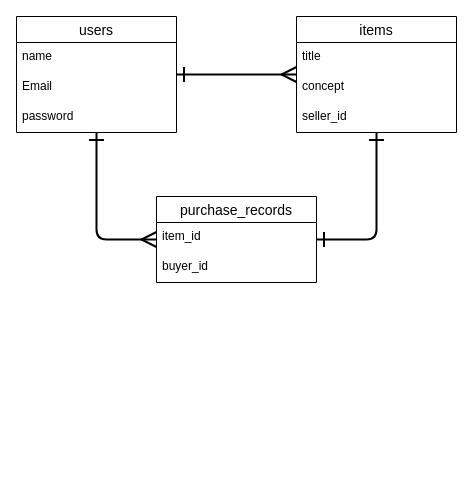
The draw.io diagram table.dio in takuro-miyaguchi/furima-38300, before the edit. Source tidied: cells renumbered, new cells numbered last; positions are measured from the earlier drawing's top-left corner, leaving out a move shared by most shapes. Both pictures are drawn from the tidied source at 100%, with x=0, y=0 at pixel (16, 16).
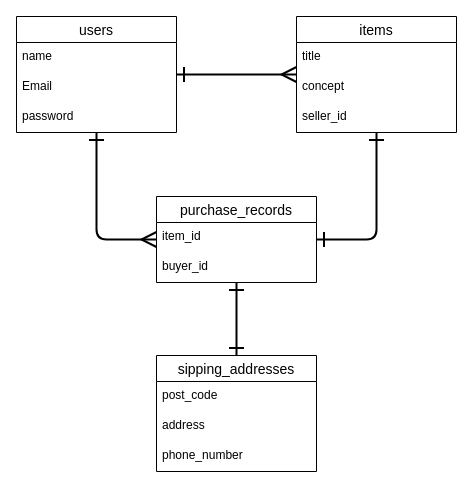
After the change.

Commit message (it also covers changes not shown here):
Issue3_DB設計2

Unchanged cells that the change refers to:
```xml
<mxCell id="11" value="purchase_records" style="swimlane;fontStyle=0;horizontal=1;startSize=26;align=center;fontSize=14;" parent="1" vertex="1">
  <mxGeometry x="140" y="180" width="160" height="86" as="geometry" />
</mxCell>
```

Change to the diagram source:
```diff
@@
+    <mxCell id="16" style="edgeStyle=none;html=1;startArrow=ERone;startFill=0;endArrow=ERone;endFill=0;startSize=12;endSize=12;targetPerimeterSpacing=0;strokeWidth=2;" parent="1" edge="1" source="17" target="11">
+      <mxGeometry relative="1" as="geometry" />
+    </mxCell>
+    <mxCell id="17" value="sipping_addresses" style="swimlane;fontStyle=0;horizontal=1;startSize=26;align=center;fontSize=14;" parent="1" vertex="1">
+      <mxGeometry x="140" y="339" width="160" height="116" as="geometry" />
+    </mxCell>
+    <mxCell id="18" value="post_code" style="text;strokeColor=none;fillColor=none;spacingLeft=4;spacingRight=4;overflow=hidden;fontSize=12;" parent="17" vertex="1">
+      <mxGeometry y="26" width="160" height="30" as="geometry" />
+    </mxCell>
+    <mxCell id="19" value="address" style="text;strokeColor=none;fillColor=none;spacingLeft=4;spacingRight=4;overflow=hidden;fontSize=12;" parent="17" vertex="1">
+      <mxGeometry y="56" width="160" height="30" as="geometry" />
+    </mxCell>
+    <mxCell id="20" value="phone_number" style="text;strokeColor=none;fillColor=none;spacingLeft=4;spacingRight=4;overflow=hidden;fontSize=12;" parent="17" vertex="1">
+      <mxGeometry y="86" width="160" height="30" as="geometry" />
+    </mxCell>
```
